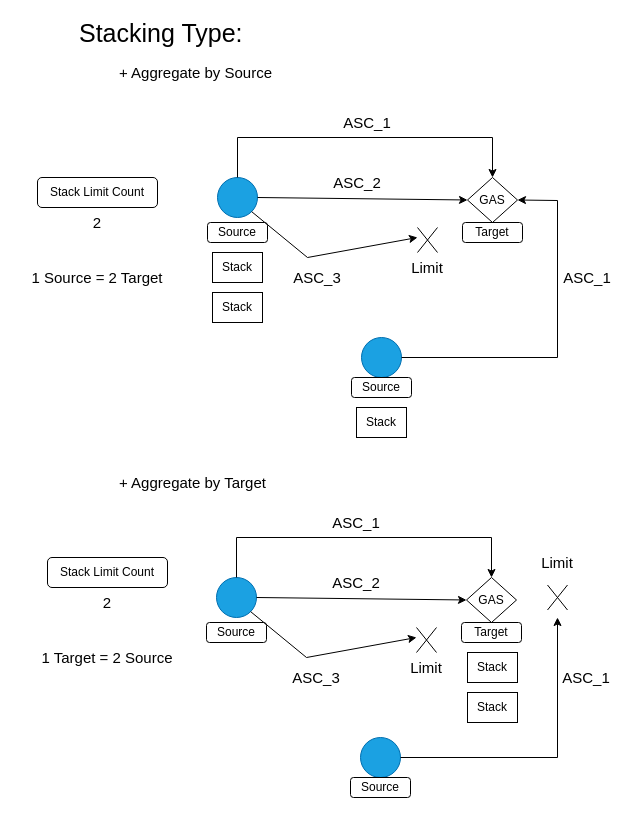
Above: page "Effect Stack" (9 of 10) of GAS flow.drawio in HungBuii/L-GAS (draw.io), before the change. Source tidied: cells renumbered, new cells numbered last; positions are measured from the earlier drawing's top-left corner, leaving out a move shared by most shapes. Both pictures are drawn from the tidied source at 100%, with x=0, y=0 at pixel (17, 17).
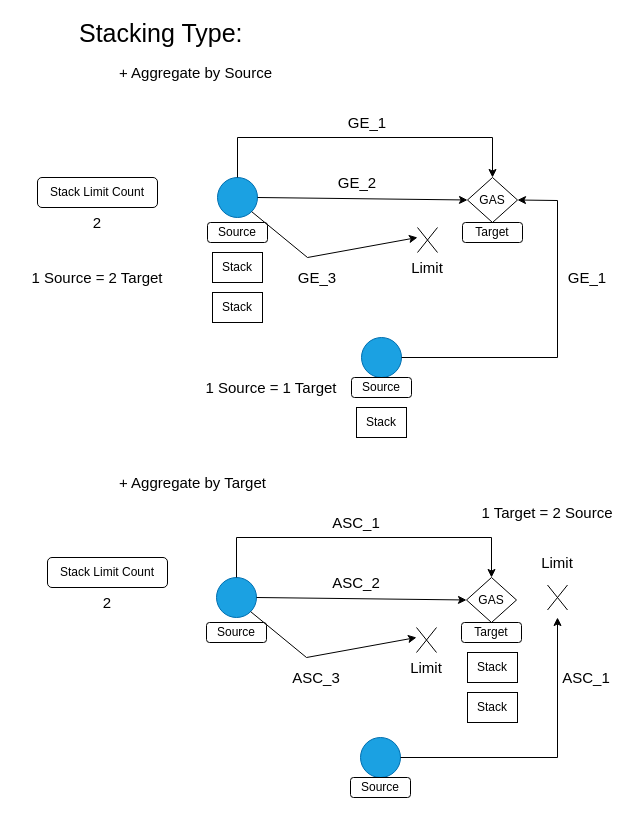
Above is the later version.

Diff of the diagram source:
```diff
@@
-    <mxCell id="13" value="&lt;font style=&quot;font-size: 15px;&quot;&gt;ASC_1&lt;/font&gt;" style="text;html=1;whiteSpace=wrap;strokeColor=none;fillColor=none;align=center;verticalAlign=middle;rounded=0;" parent="1" vertex="1">
+    <mxCell id="13" value="&lt;font style=&quot;font-size: 15px;&quot;&gt;GE_1&lt;/font&gt;" style="text;html=1;whiteSpace=wrap;strokeColor=none;fillColor=none;align=center;verticalAlign=middle;rounded=0;" parent="1" vertex="1">
       <mxGeometry x="320" y="90" width="60" height="30" as="geometry" />
     </mxCell>
@@
-    <mxCell id="15" value="&lt;font style=&quot;font-size: 15px;&quot;&gt;ASC_2&lt;/font&gt;" style="text;html=1;whiteSpace=wrap;strokeColor=none;fillColor=none;align=center;verticalAlign=middle;rounded=0;" parent="1" vertex="1">
+    <mxCell id="15" value="&lt;font style=&quot;font-size: 15px;&quot;&gt;GE_2&lt;/font&gt;" style="text;html=1;whiteSpace=wrap;strokeColor=none;fillColor=none;align=center;verticalAlign=middle;rounded=0;" parent="1" vertex="1">
       <mxGeometry x="310" y="150" width="60" height="30" as="geometry" />
     </mxCell>
@@
-    <mxCell id="17" value="&lt;font style=&quot;font-size: 15px;&quot;&gt;ASC_3&lt;/font&gt;" style="text;html=1;whiteSpace=wrap;strokeColor=none;fillColor=none;align=center;verticalAlign=middle;rounded=0;" parent="1" vertex="1">
+    <mxCell id="17" value="&lt;font style=&quot;font-size: 15px;&quot;&gt;GE_3&lt;/font&gt;" style="text;html=1;whiteSpace=wrap;strokeColor=none;fillColor=none;align=center;verticalAlign=middle;rounded=0;" parent="1" vertex="1">
       <mxGeometry x="270" y="245" width="60" height="30" as="geometry" />
     </mxCell>
@@
-    <mxCell id="23" value="&lt;font style=&quot;font-size: 15px;&quot;&gt;ASC_1&lt;/font&gt;" style="text;html=1;whiteSpace=wrap;strokeColor=none;fillColor=none;align=center;verticalAlign=middle;rounded=0;" parent="1" vertex="1">
+    <mxCell id="23" value="&lt;font style=&quot;font-size: 15px;&quot;&gt;GE_1&lt;/font&gt;" style="text;html=1;whiteSpace=wrap;strokeColor=none;fillColor=none;align=center;verticalAlign=middle;rounded=0;" parent="1" vertex="1">
       <mxGeometry x="540" y="245" width="60" height="30" as="geometry" />
     </mxCell>
@@
     <mxCell id="29" value="&lt;font style=&quot;font-size: 15px;&quot;&gt;1 Target = 2 Source&lt;/font&gt;" style="text;html=1;whiteSpace=wrap;strokeColor=none;fillColor=none;align=center;verticalAlign=middle;rounded=0;" parent="1" vertex="1">
-      <mxGeometry x="10" y="625" width="160" height="30" as="geometry" />
+      <mxGeometry x="450" y="480" width="160" height="30" as="geometry" />
     </mxCell>
@@
+    <mxCell id="50" value="&lt;font style=&quot;font-size: 15px;&quot;&gt;1 Source = 1 Target&lt;/font&gt;" style="text;html=1;whiteSpace=wrap;strokeColor=none;fillColor=none;align=center;verticalAlign=middle;rounded=0;" parent="1" vertex="1">
+      <mxGeometry x="174" y="355" width="160" height="30" as="geometry" />
+    </mxCell>
```
